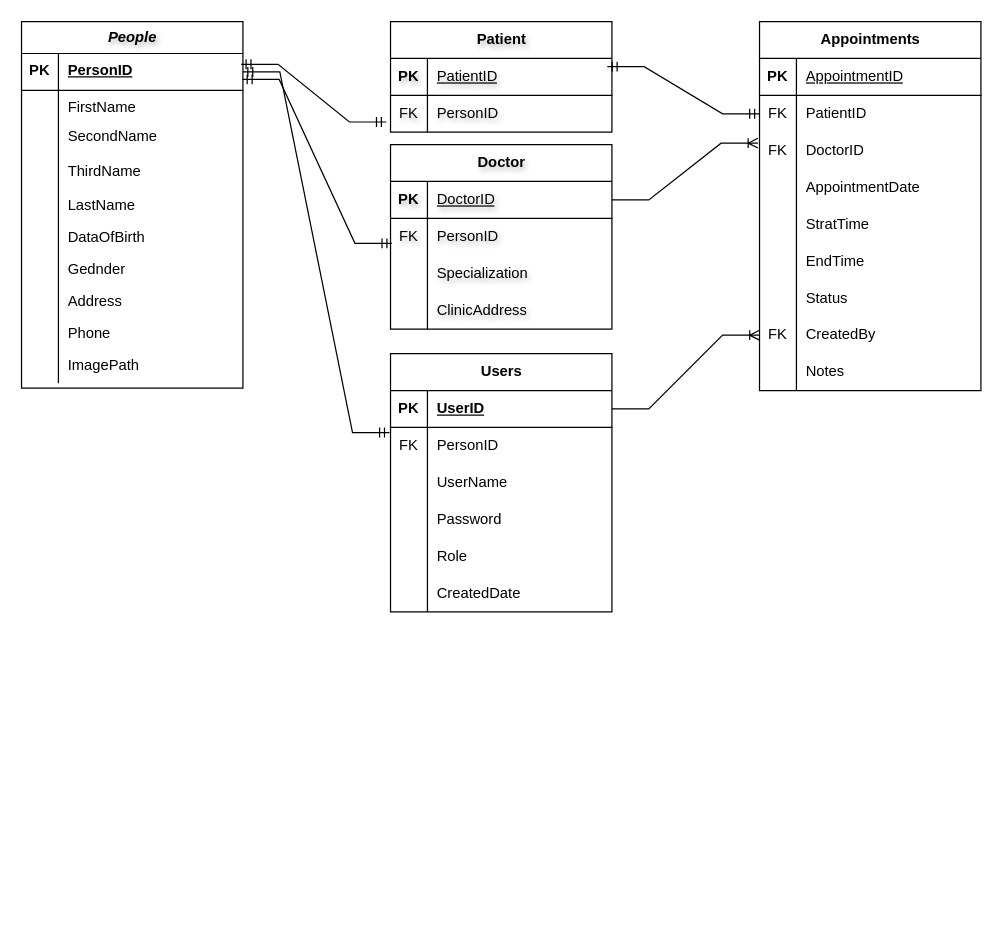
Earlier version of the draw.io diagram Untitled Diagram.drawio (BasharHazbar/Healthcare-Management-System-HCMS). Source tidied: cells renumbered, new cells numbered last; positions are measured from the earlier drawing's top-left corner, leaving out a move shared by most shapes. Both pictures are drawn from the tidied source at 123%, with x=0, y=0 at pixel (21, 21).
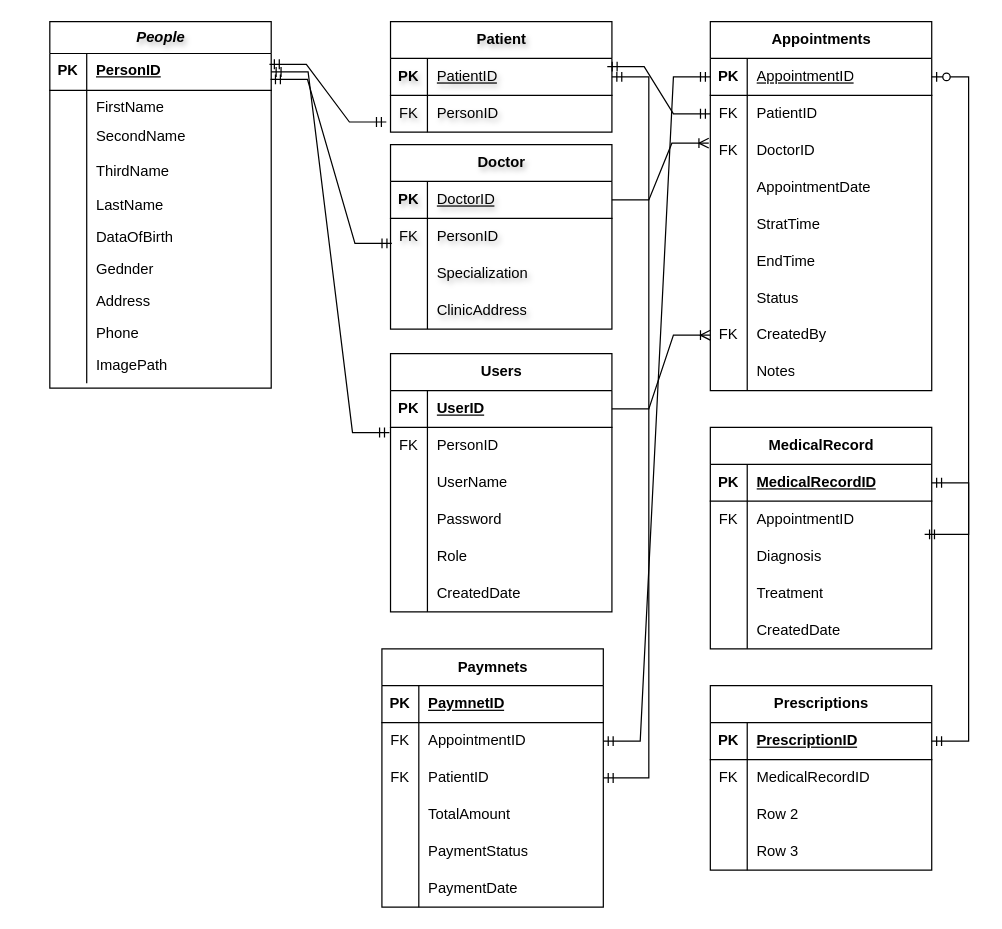
The same diagram, later.

The change refers to these unchanged cells:
```xml
<mxCell id="35" style="shape=tableRow;horizontal=0;startSize=0;swimlaneHead=0;swimlaneBody=0;fillColor=none;points=[[0,0.5],[1,0.5]];portConstraint=eastwest;top=0;left=0;right=0;bottom=1;textShadow=1;" parent="34" vertex="1">
  <mxGeometry y="30" width="180" height="30" as="geometry" />
</mxCell>
<mxCell id="42" style="shape=tableRow;horizontal=0;startSize=0;swimlaneHead=0;swimlaneBody=0;fillColor=none;points=[[0,0.5],[1,0.5]];portConstraint=eastwest;top=0;left=0;right=0;bottom=1;textShadow=1;" parent="41" vertex="1">
  <mxGeometry y="30" width="180" height="30" as="geometry" />
</mxCell>
<mxCell id="56" style="shape=tableRow;horizontal=0;startSize=0;swimlaneHead=0;swimlaneBody=0;fillColor=none;points=[[0,0.5],[1,0.5]];portConstraint=eastwest;top=0;left=0;right=0;bottom=1;" parent="55" vertex="1">
  <mxGeometry y="30" width="180" height="30" as="geometry" />
</mxCell>
<mxCell id="76" style="shape=tableRow;horizontal=0;startSize=0;swimlaneHead=0;swimlaneBody=0;fillColor=none;points=[[0,0.5],[1,0.5]];portConstraint=eastwest;top=0;left=0;right=0;bottom=1;" parent="75" vertex="1">
  <mxGeometry y="30" width="180" height="30" as="geometry" />
</mxCell>
<mxCell id="82" style="shape=tableRow;horizontal=0;startSize=0;swimlaneHead=0;swimlaneBody=0;fillColor=none;points=[[0,0.5],[1,0.5]];portConstraint=eastwest;top=0;left=0;right=0;bottom=0;" parent="75" vertex="1">
  <mxGeometry y="90" width="180" height="30" as="geometry" />
</mxCell>
<mxCell id="97" style="shape=tableRow;horizontal=0;startSize=0;swimlaneHead=0;swimlaneBody=0;fillColor=none;points=[[0,0.5],[1,0.5]];portConstraint=eastwest;top=0;left=0;right=0;bottom=0;" parent="75" vertex="1">
  <mxGeometry y="240" width="180" height="30" as="geometry" />
</mxCell>
```

What changed in the source:
```diff
@@
     <mxCell id="3" value="&lt;span style=&quot;font-style: italic;&quot;&gt;&lt;b&gt;People&lt;/b&gt;&lt;/span&gt;" style="shape=table;startSize=26;childLayout=tableLayout;rowLines=0;fontStyle=0;align=center;html=1;rounded=0;shadow=0;strokeWidth=1;verticalAlign=middle;fontFamily=Helvetica;fontSize=12;textShadow=1;" parent="1" vertex="1">
-      <mxGeometry width="180" height="298" as="geometry" />
+      <mxGeometry x="23" width="180" height="298" as="geometry" />
     </mxCell>
@@
     <mxCell id="75" value="Appointments" style="shape=table;startSize=30;childLayout=tableLayout;rowLines=0;fontStyle=1;align=center;html=1;" parent="1" vertex="1">
-      <mxGeometry x="600" width="180" height="300" as="geometry" />
+      <mxGeometry x="560" width="180" height="300" as="geometry" />
     </mxCell>
@@
     <mxCell id="103" style="edgeStyle=entityRelationEdgeStyle;fontSize=12;html=1;endArrow=ERoneToMany;rounded=0;exitX=1;exitY=0.5;exitDx=0;exitDy=0;entryX=-0.007;entryY=0.296;entryDx=0;entryDy=0;entryPerimeter=0;" parent="1" edge="1" source="42" target="82">
       <mxGeometry relative="1" as="geometry">
         <Array as="points">
-          <mxPoint x="580" y="290" />
+          <mxPoint x="603" y="290" />
         </Array>
       </mxGeometry>
     </mxCell>
@@
     <mxCell id="105" style="edgeStyle=entityRelationEdgeStyle;fontSize=12;html=1;endArrow=ERoneToMany;rounded=0;" parent="1" edge="1" source="56" target="97">
       <mxGeometry relative="1" as="geometry">
         <Array as="points">
-          <mxPoint x="584" y="471" />
+          <mxPoint x="607" y="471" />
         </Array>
       </mxGeometry>
     </mxCell>
+    <mxCell id="106" value="MedicalRecord" style="shape=table;startSize=30;childLayout=tableLayout;rowLines=0;fontStyle=1;align=center;html=1;" parent="1" vertex="1">
+      <mxGeometry x="560" y="330" width="180" height="180" as="geometry" />
+    </mxCell>
+    <mxCell id="107" style="shape=tableRow;horizontal=0;startSize=0;swimlaneHead=0;swimlaneBody=0;fillColor=none;points=[[0,0.5],[1,0.5]];portConstraint=eastwest;top=0;left=0;right=0;bottom=1;" parent="106" vertex="1">
+      <mxGeometry y="30" width="180" height="30" as="geometry" />
+    </mxCell>
+    <mxCell id="108" value="PK" style="shape=partialRectangle;fillColor=none;top=0;left=0;bottom=0;right=0;fontStyle=1;overflow=hidden;whiteSpace=wrap;html=1;" parent="107" vertex="1">
+      <mxGeometry width="30" height="30" as="geometry" />
+    </mxCell>
+    <mxCell id="109" value="MedicalRecordID" style="shape=partialRectangle;fillColor=none;top=0;left=0;bottom=0;right=0;align=left;spacingLeft=6;fontStyle=5;overflow=hidden;whiteSpace=wrap;html=1;" parent="107" vertex="1">
+      <mxGeometry x="30" width="150" height="30" as="geometry" />
+    </mxCell>
+    <mxCell id="110" style="shape=tableRow;horizontal=0;startSize=0;swimlaneHead=0;swimlaneBody=0;fillColor=none;points=[[0,0.5],[1,0.5]];portConstraint=eastwest;top=0;left=0;right=0;bottom=0;" parent="106" vertex="1">
+      <mxGeometry y="60" width="180" height="30" as="geometry" />
+    </mxCell>
+    <mxCell id="111" value="FK" style="shape=partialRectangle;fillColor=none;top=0;left=0;bottom=0;right=0;overflow=hidden;whiteSpace=wrap;html=1;" parent="110" vertex="1">
+      <mxGeometry width="30" height="30" as="geometry" />
+    </mxCell>
+    <mxCell id="112" value="AppointmentID" style="shape=partialRectangle;fillColor=none;top=0;left=0;bottom=0;right=0;align=left;spacingLeft=6;overflow=hidden;whiteSpace=wrap;html=1;" parent="110" vertex="1">
+      <mxGeometry x="30" width="150" height="30" as="geometry" />
+    </mxCell>
+    <mxCell id="113" style="shape=tableRow;horizontal=0;startSize=0;swimlaneHead=0;swimlaneBody=0;fillColor=none;top=0;left=0;right=0;bottom=0;" parent="106" vertex="1">
+      <mxGeometry y="90" width="180" height="30" as="geometry" />
+    </mxCell>
+    <mxCell id="114" style="shape=partialRectangle;fillColor=none;top=0;left=0;bottom=0;right=0;overflow=hidden;whiteSpace=wrap;html=1;" parent="113" vertex="1">
+      <mxGeometry width="30" height="30" as="geometry" />
+    </mxCell>
+    <mxCell id="115" value="Diagnosis" style="shape=partialRectangle;fillColor=none;top=0;left=0;bottom=0;right=0;align=left;spacingLeft=6;overflow=hidden;whiteSpace=wrap;html=1;" parent="113" vertex="1">
+      <mxGeometry x="30" width="150" height="30" as="geometry" />
+    </mxCell>
+    <mxCell id="116" style="shape=tableRow;horizontal=0;startSize=0;swimlaneHead=0;swimlaneBody=0;fillColor=none;top=0;left=0;right=0;bottom=0;" parent="106" vertex="1">
+      <mxGeometry y="120" width="180" height="30" as="geometry" />
+    </mxCell>
+    <mxCell id="117" style="shape=partialRectangle;fillColor=none;top=0;left=0;bottom=0;right=0;overflow=hidden;whiteSpace=wrap;html=1;" parent="116" vertex="1">
+      <mxGeometry width="30" height="30" as="geometry" />
+    </mxCell>
+    <mxCell id="118" value="Treatment" style="shape=partialRectangle;fillColor=none;top=0;left=0;bottom=0;right=0;align=left;spacingLeft=6;overflow=hidden;whiteSpace=wrap;html=1;" parent="116" vertex="1">
+      <mxGeometry x="30" width="150" height="30" as="geometry" />
+    </mxCell>
+    <mxCell id="119" style="shape=tableRow;horizontal=0;startSize=0;swimlaneHead=0;swimlaneBody=0;fillColor=none;top=0;left=0;right=0;bottom=0;" parent="106" vertex="1">
+      <mxGeometry y="150" width="180" height="30" as="geometry" />
+    </mxCell>
+    <mxCell id="120" style="shape=partialRectangle;fillColor=none;top=0;left=0;bottom=0;right=0;overflow=hidden;whiteSpace=wrap;html=1;" parent="119" vertex="1">
+      <mxGeometry width="30" height="30" as="geometry" />
+    </mxCell>
+    <mxCell id="121" value="CreatedDate" style="shape=partialRectangle;fillColor=none;top=0;left=0;bottom=0;right=0;align=left;spacingLeft=6;overflow=hidden;whiteSpace=wrap;html=1;" parent="119" vertex="1">
+      <mxGeometry x="30" width="150" height="30" as="geometry" />
+    </mxCell>
+    <mxCell id="122" style="edgeStyle=entityRelationEdgeStyle;fontSize=12;html=1;endArrow=ERzeroToOne;startArrow=ERmandOne;rounded=0;exitX=0.968;exitY=0.898;exitDx=0;exitDy=0;exitPerimeter=0;" parent="1" edge="1" source="110" target="76">
+      <mxGeometry relative="1" as="geometry">
+        <Array as="points">
+          <mxPoint x="843" y="40" />
+          <mxPoint x="853" y="220" />
+        </Array>
+      </mxGeometry>
+    </mxCell>
+    <mxCell id="123" value="Prescriptions" style="shape=table;startSize=30;childLayout=tableLayout;rowLines=0;fontStyle=1;align=center;html=1;" parent="1" vertex="1">
+      <mxGeometry x="560" y="540" width="180" height="150" as="geometry" />
+    </mxCell>
+    <mxCell id="124" style="shape=tableRow;horizontal=0;startSize=0;swimlaneHead=0;swimlaneBody=0;fillColor=none;points=[[0,0.5],[1,0.5]];portConstraint=eastwest;top=0;left=0;right=0;bottom=1;" parent="123" vertex="1">
+      <mxGeometry y="30" width="180" height="30" as="geometry" />
+    </mxCell>
+    <mxCell id="125" value="PK" style="shape=partialRectangle;fillColor=none;top=0;left=0;bottom=0;right=0;fontStyle=1;overflow=hidden;whiteSpace=wrap;html=1;" parent="124" vertex="1">
+      <mxGeometry width="30" height="30" as="geometry" />
+    </mxCell>
+    <mxCell id="126" value="&lt;span style=&quot;text-align: center; text-wrap: nowrap;&quot;&gt;PrescriptionID&lt;/span&gt;" style="shape=partialRectangle;fillColor=none;top=0;left=0;bottom=0;right=0;align=left;spacingLeft=6;fontStyle=5;overflow=hidden;whiteSpace=wrap;html=1;" parent="124" vertex="1">
+      <mxGeometry x="30" width="150" height="30" as="geometry" />
+    </mxCell>
+    <mxCell id="127" style="shape=tableRow;horizontal=0;startSize=0;swimlaneHead=0;swimlaneBody=0;fillColor=none;top=0;left=0;right=0;bottom=0;" parent="123" vertex="1">
+      <mxGeometry y="60" width="180" height="30" as="geometry" />
+    </mxCell>
+    <mxCell id="128" value="FK" style="shape=partialRectangle;fillColor=none;top=0;left=0;bottom=0;right=0;overflow=hidden;whiteSpace=wrap;html=1;" parent="127" vertex="1">
+      <mxGeometry width="30" height="30" as="geometry" />
+    </mxCell>
+    <mxCell id="129" value="&lt;span style=&quot;font-weight: normal;&quot;&gt;MedicalRecordID&lt;/span&gt;" style="shape=partialRectangle;fillColor=none;top=0;left=0;bottom=0;right=0;align=left;spacingLeft=6;overflow=hidden;whiteSpace=wrap;html=1;fontStyle=1;" parent="127" vertex="1">
+      <mxGeometry x="30" width="150" height="30" as="geometry" />
+    </mxCell>
+    <mxCell id="130" style="shape=tableRow;horizontal=0;startSize=0;swimlaneHead=0;swimlaneBody=0;fillColor=none;top=0;left=0;right=0;bottom=0;" parent="123" vertex="1">
+      <mxGeometry y="90" width="180" height="30" as="geometry" />
+    </mxCell>
+    <mxCell id="131" style="shape=partialRectangle;fillColor=none;top=0;left=0;bottom=0;right=0;overflow=hidden;whiteSpace=wrap;html=1;" parent="130" vertex="1">
+      <mxGeometry width="30" height="30" as="geometry" />
+    </mxCell>
+    <mxCell id="132" value="Row 2" style="shape=partialRectangle;fillColor=none;top=0;left=0;bottom=0;right=0;align=left;spacingLeft=6;overflow=hidden;whiteSpace=wrap;html=1;" parent="130" vertex="1">
+      <mxGeometry x="30" width="150" height="30" as="geometry" />
+    </mxCell>
+    <mxCell id="133" style="shape=tableRow;horizontal=0;startSize=0;swimlaneHead=0;swimlaneBody=0;fillColor=none;top=0;left=0;right=0;bottom=0;" parent="123" vertex="1">
+      <mxGeometry y="120" width="180" height="30" as="geometry" />
+    </mxCell>
+    <mxCell id="134" style="shape=partialRectangle;fillColor=none;top=0;left=0;bottom=0;right=0;overflow=hidden;whiteSpace=wrap;html=1;" parent="133" vertex="1">
+      <mxGeometry width="30" height="30" as="geometry" />
+    </mxCell>
+    <mxCell id="135" value="Row 3" style="shape=partialRectangle;fillColor=none;top=0;left=0;bottom=0;right=0;align=left;spacingLeft=6;overflow=hidden;whiteSpace=wrap;html=1;" parent="133" vertex="1">
+      <mxGeometry x="30" width="150" height="30" as="geometry" />
+    </mxCell>
+    <mxCell id="136" value="Paymnets" style="shape=table;startSize=30;childLayout=tableLayout;rowLines=0;fontStyle=1;align=center;html=1;" parent="1" vertex="1">
+      <mxGeometry x="293" y="510" width="180" height="210" as="geometry" />
+    </mxCell>
+    <mxCell id="137" style="shape=tableRow;horizontal=0;startSize=0;swimlaneHead=0;swimlaneBody=0;fillColor=none;top=0;left=0;right=0;bottom=1;" parent="136" vertex="1">
+      <mxGeometry y="30" width="180" height="30" as="geometry" />
+    </mxCell>
+    <mxCell id="138" value="PK" style="shape=partialRectangle;fillColor=none;top=0;left=0;bottom=0;right=0;fontStyle=1;overflow=hidden;whiteSpace=wrap;html=1;" parent="137" vertex="1">
+      <mxGeometry width="30" height="30" as="geometry" />
+    </mxCell>
+    <mxCell id="139" value="&lt;span style=&quot;text-align: center; text-wrap: nowrap;&quot;&gt;PaymnetID&lt;/span&gt;" style="shape=partialRectangle;fillColor=none;top=0;left=0;bottom=0;right=0;align=left;spacingLeft=6;fontStyle=5;overflow=hidden;whiteSpace=wrap;html=1;" parent="137" vertex="1">
+      <mxGeometry x="30" width="150" height="30" as="geometry" />
+    </mxCell>
+    <mxCell id="140" style="shape=tableRow;horizontal=0;startSize=0;swimlaneHead=0;swimlaneBody=0;fillColor=none;points=[[0,0.5],[1,0.5]];portConstraint=eastwest;top=0;left=0;right=0;bottom=0;" parent="136" vertex="1">
+      <mxGeometry y="60" width="180" height="30" as="geometry" />
+    </mxCell>
+    <mxCell id="141" value="FK" style="shape=partialRectangle;fillColor=none;top=0;left=0;bottom=0;right=0;overflow=hidden;whiteSpace=wrap;html=1;" parent="140" vertex="1">
+      <mxGeometry width="30" height="30" as="geometry" />
+    </mxCell>
+    <mxCell id="142" value="AppointmentID" style="shape=partialRectangle;fillColor=none;top=0;left=0;bottom=0;right=0;align=left;spacingLeft=6;overflow=hidden;whiteSpace=wrap;html=1;" parent="140" vertex="1">
+      <mxGeometry x="30" width="150" height="30" as="geometry" />
+    </mxCell>
+    <mxCell id="143" style="shape=tableRow;horizontal=0;startSize=0;swimlaneHead=0;swimlaneBody=0;fillColor=none;points=[[0,0.5],[1,0.5]];portConstraint=eastwest;top=0;left=0;right=0;bottom=0;" parent="136" vertex="1">
+      <mxGeometry y="90" width="180" height="30" as="geometry" />
+    </mxCell>
+    <mxCell id="144" value="FK" style="shape=partialRectangle;fillColor=none;top=0;left=0;bottom=0;right=0;overflow=hidden;whiteSpace=wrap;html=1;" parent="143" vertex="1">
+      <mxGeometry width="30" height="30" as="geometry" />
+    </mxCell>
+    <mxCell id="145" value="PatientID" style="shape=partialRectangle;fillColor=none;top=0;left=0;bottom=0;right=0;align=left;spacingLeft=6;overflow=hidden;whiteSpace=wrap;html=1;" parent="143" vertex="1">
+      <mxGeometry x="30" width="150" height="30" as="geometry" />
+    </mxCell>
+    <mxCell id="146" style="shape=tableRow;horizontal=0;startSize=0;swimlaneHead=0;swimlaneBody=0;fillColor=none;top=0;left=0;right=0;bottom=0;" parent="136" vertex="1">
+      <mxGeometry y="120" width="180" height="30" as="geometry" />
+    </mxCell>
+    <mxCell id="147" style="shape=partialRectangle;fillColor=none;top=0;left=0;bottom=0;right=0;overflow=hidden;whiteSpace=wrap;html=1;" parent="146" vertex="1">
+      <mxGeometry width="30" height="30" as="geometry" />
+    </mxCell>
+    <mxCell id="148" value="TotalAmount" style="shape=partialRectangle;fillColor=none;top=0;left=0;bottom=0;right=0;align=left;spacingLeft=6;overflow=hidden;whiteSpace=wrap;html=1;" parent="146" vertex="1">
+      <mxGeometry x="30" width="150" height="30" as="geometry" />
+    </mxCell>
+    <mxCell id="149" style="shape=tableRow;horizontal=0;startSize=0;swimlaneHead=0;swimlaneBody=0;fillColor=none;top=0;left=0;right=0;bottom=0;" parent="136" vertex="1">
+      <mxGeometry y="150" width="180" height="30" as="geometry" />
+    </mxCell>
+    <mxCell id="150" style="shape=partialRectangle;fillColor=none;top=0;left=0;bottom=0;right=0;overflow=hidden;whiteSpace=wrap;html=1;" parent="149" vertex="1">
+      <mxGeometry width="30" height="30" as="geometry" />
+    </mxCell>
+    <mxCell id="151" value="PaymentStatus" style="shape=partialRectangle;fillColor=none;top=0;left=0;bottom=0;right=0;align=left;spacingLeft=6;overflow=hidden;whiteSpace=wrap;html=1;" parent="149" vertex="1">
+      <mxGeometry x="30" width="150" height="30" as="geometry" />
+    </mxCell>
+    <mxCell id="152" style="shape=tableRow;horizontal=0;startSize=0;swimlaneHead=0;swimlaneBody=0;fillColor=none;top=0;left=0;right=0;bottom=0;" parent="136" vertex="1">
+      <mxGeometry y="180" width="180" height="30" as="geometry" />
+    </mxCell>
+    <mxCell id="153" style="shape=partialRectangle;fillColor=none;top=0;left=0;bottom=0;right=0;overflow=hidden;whiteSpace=wrap;html=1;" parent="152" vertex="1">
+      <mxGeometry width="30" height="30" as="geometry" />
+    </mxCell>
+    <mxCell id="154" value="PaymentDate" style="shape=partialRectangle;fillColor=none;top=0;left=0;bottom=0;right=0;align=left;spacingLeft=6;overflow=hidden;whiteSpace=wrap;html=1;" parent="152" vertex="1">
+      <mxGeometry x="30" width="150" height="30" as="geometry" />
+    </mxCell>
+    <mxCell id="155" style="edgeStyle=entityRelationEdgeStyle;fontSize=12;html=1;endArrow=ERmandOne;startArrow=ERmandOne;rounded=0;fontFamily=Helvetica;fontColor=default;fontStyle=2;" parent="1" edge="1" source="107" target="124">
+      <mxGeometry relative="1" as="geometry">
+        <Array as="points">
+          <mxPoint x="527" y="868" />
+        </Array>
+      </mxGeometry>
+    </mxCell>
+    <mxCell id="156" style="edgeStyle=entityRelationEdgeStyle;fontSize=12;html=1;endArrow=ERmandOne;startArrow=ERmandOne;rounded=0;fontFamily=Helvetica;fontColor=default;fontStyle=2;" parent="1" edge="1" source="76" target="140">
+      <mxGeometry relative="1" as="geometry">
+        <Array as="points">
+          <mxPoint x="276" y="938" />
+        </Array>
+      </mxGeometry>
+    </mxCell>
+    <mxCell id="157" style="edgeStyle=entityRelationEdgeStyle;fontSize=12;html=1;endArrow=ERmandOne;startArrow=ERmandOne;rounded=0;fontFamily=Helvetica;fontColor=default;fontStyle=2;" parent="1" edge="1" source="35" target="143">
+      <mxGeometry relative="1" as="geometry">
+        <Array as="points">
+          <mxPoint x="-113" y="1058" />
+          <mxPoint x="-217" y="505" />
+        </Array>
+      </mxGeometry>
+    </mxCell>
```
